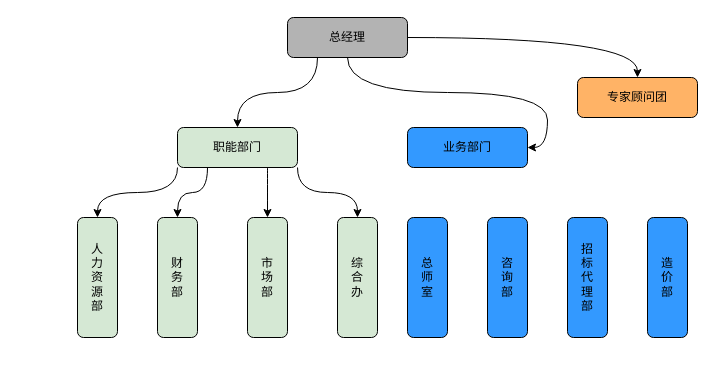
The draw.io diagram 公开招标流程.drawio in 26awen/drawiofiles, before the edit. Source tidied: cells renumbered, new cells numbered last; positions are measured from the earlier drawing's top-left corner, leaving out a move shared by most shapes. Both pictures are drawn from the tidied source at 100%, with x=0, y=0 at pixel (37, 17).
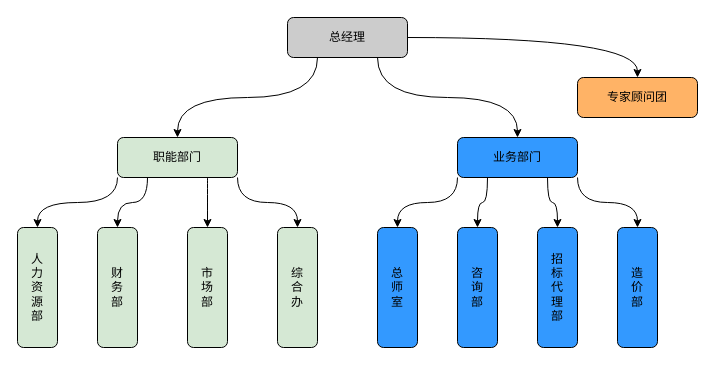
After the change.

Commit message (it also covers changes not shown here):
更新公开招标流程.drawio

The edit, as a diff of the source:
```diff
@@
-    <mxCell id="2" style="edgeStyle=orthogonalEdgeStyle;rounded=0;jettySize=auto;html=1;entryX=1;entryY=0.5;entryDx=0;entryDy=0;elbow=vertical;curved=1;" parent="1" edge="1" source="5" target="12">
-      <mxGeometry relative="1" as="geometry" />
-    </mxCell>
@@
+    <mxCell id="2" style="edgeStyle=orthogonalEdgeStyle;rounded=0;jettySize=auto;html=1;exitX=0.75;exitY=1;exitDx=0;exitDy=0;entryX=0.5;entryY=0;entryDx=0;entryDy=0;curved=1;" parent="1" edge="1" source="5" target="12">
+      <mxGeometry relative="1" as="geometry" />
+    </mxCell>
-    <mxCell id="5" value="总经理" style="rounded=1;whiteSpace=wrap;html=1;fillColor=#B3B3B3;fillStyle=auto;gradientColor=none;" parent="1" vertex="1">
+    <mxCell id="5" value="总经理" style="rounded=1;whiteSpace=wrap;html=1;fillColor=#CCCCCC;fillStyle=auto;gradientColor=none;" parent="1" vertex="1">
       <mxGeometry x="250" width="120" height="40" as="geometry" />
     </mxCell>
@@
     <mxCell id="10" value="职能部门" style="rounded=1;whiteSpace=wrap;html=1;fillColor=#D5E8D4;" parent="1" vertex="1">
-      <mxGeometry x="140" y="110" width="120" height="40" as="geometry" />
+      <mxGeometry x="80" y="120" width="120" height="40" as="geometry" />
     </mxCell>
     <mxCell id="11" value="人&lt;br&gt;力&lt;br&gt;资&lt;br&gt;源&lt;br&gt;部" style="rounded=1;whiteSpace=wrap;html=1;fillColor=#D5E8D4;rotation=90;verticalAlign=middle;align=center;horizontal=0;" parent="1" vertex="1">
-      <mxGeometry y="240" width="120" height="40" as="geometry" />
+      <mxGeometry x="-60" y="250" width="120" height="40" as="geometry" />
     </mxCell>
+    <mxCell id="21" style="edgeStyle=orthogonalEdgeStyle;rounded=0;jettySize=auto;html=1;exitX=0;exitY=1;exitDx=0;exitDy=0;entryX=0;entryY=0.5;entryDx=0;entryDy=0;curved=1;" parent="1" edge="1" source="12" target="16">
+      <mxGeometry relative="1" as="geometry" />
+    </mxCell>
+    <mxCell id="22" style="edgeStyle=orthogonalEdgeStyle;rounded=0;jettySize=auto;html=1;exitX=0.25;exitY=1;exitDx=0;exitDy=0;entryX=0;entryY=0.5;entryDx=0;entryDy=0;curved=1;" parent="1" edge="1" source="12" target="18">
+      <mxGeometry relative="1" as="geometry" />
+    </mxCell>
+    <mxCell id="23" style="edgeStyle=orthogonalEdgeStyle;rounded=0;jettySize=auto;html=1;exitX=0.75;exitY=1;exitDx=0;exitDy=0;entryX=0;entryY=0.5;entryDx=0;entryDy=0;curved=1;" parent="1" edge="1" source="12" target="19">
+      <mxGeometry relative="1" as="geometry" />
+    </mxCell>
+    <mxCell id="24" style="edgeStyle=orthogonalEdgeStyle;rounded=0;jettySize=auto;html=1;exitX=1;exitY=1;exitDx=0;exitDy=0;entryX=0;entryY=0.5;entryDx=0;entryDy=0;curved=1;" parent="1" edge="1" source="12" target="20">
+      <mxGeometry relative="1" as="geometry" />
+    </mxCell>
     <mxCell id="12" value="业务部门" style="rounded=1;whiteSpace=wrap;html=1;fillColor=#3399FF;" parent="1" vertex="1">
-      <mxGeometry x="370" y="110" width="120" height="40" as="geometry" />
+      <mxGeometry x="420" y="120" width="120" height="40" as="geometry" />
     </mxCell>
     <mxCell id="13" value="财&lt;br&gt;务&lt;br&gt;部" style="rounded=1;whiteSpace=wrap;html=1;fillColor=#D5E8D4;rotation=90;horizontal=0;" parent="1" vertex="1">
-      <mxGeometry x="80" y="240" width="120" height="40" as="geometry" />
+      <mxGeometry x="20" y="250" width="120" height="40" as="geometry" />
     </mxCell>
     <mxCell id="14" value="综&lt;br&gt;合&lt;br&gt;办" style="rounded=1;whiteSpace=wrap;html=1;fillColor=#D5E8D4;rotation=90;horizontal=0;" parent="1" vertex="1">
-      <mxGeometry x="260" y="240" width="120" height="40" as="geometry" />
+      <mxGeometry x="200" y="250" width="120" height="40" as="geometry" />
     </mxCell>
     <mxCell id="15" value="市&lt;br&gt;场&lt;br&gt;部" style="rounded=1;whiteSpace=wrap;html=1;fillColor=#D5E8D4;rotation=90;horizontal=0;" parent="1" vertex="1">
-      <mxGeometry x="170" y="240" width="120" height="40" as="geometry" />
+      <mxGeometry x="110" y="250" width="120" height="40" as="geometry" />
     </mxCell>
     <mxCell id="16" value="总&lt;br&gt;师&lt;br&gt;室" style="rounded=1;whiteSpace=wrap;html=1;fillColor=#3399FF;rotation=90;horizontal=0;" parent="1" vertex="1">
-      <mxGeometry x="330" y="240" width="120" height="40" as="geometry" />
+      <mxGeometry x="300" y="250" width="120" height="40" as="geometry" />
     </mxCell>
@@
     <mxCell id="18" value="咨&lt;br&gt;询&lt;br&gt;部" style="rounded=1;whiteSpace=wrap;html=1;fillColor=#3399FF;rotation=90;horizontal=0;" parent="1" vertex="1">
-      <mxGeometry x="410" y="240" width="120" height="40" as="geometry" />
+      <mxGeometry x="380" y="250" width="120" height="40" as="geometry" />
     </mxCell>
     <mxCell id="19" value="招&lt;br&gt;标&lt;br&gt;代&lt;br&gt;理&lt;br&gt;部" style="rounded=1;whiteSpace=wrap;html=1;fillColor=#3399FF;rotation=90;horizontal=0;" parent="1" vertex="1">
-      <mxGeometry x="490" y="240" width="120" height="40" as="geometry" />
+      <mxGeometry x="460" y="250" width="120" height="40" as="geometry" />
     </mxCell>
     <mxCell id="20" value="造&lt;br&gt;价&lt;br&gt;部" style="rounded=1;whiteSpace=wrap;html=1;fillColor=#3399FF;rotation=90;horizontal=0;" parent="1" vertex="1">
-      <mxGeometry x="570" y="240" width="120" height="40" as="geometry" />
+      <mxGeometry x="540" y="250" width="120" height="40" as="geometry" />
     </mxCell>
```
